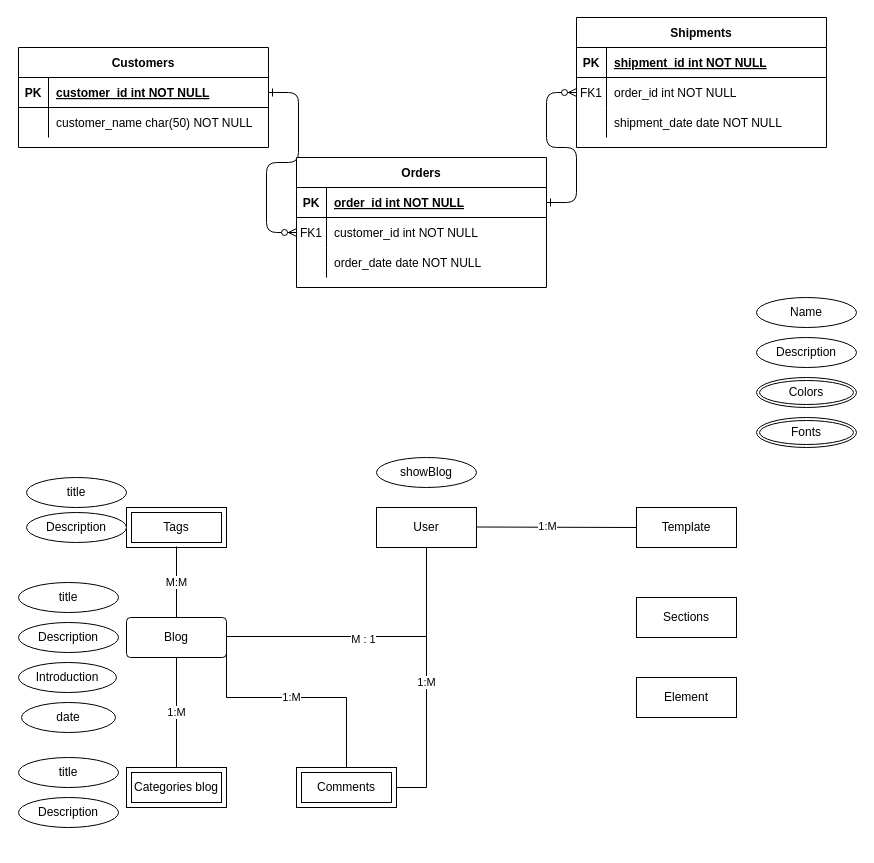
Above: ER_dynamization.drawio in richruizv/platzi_master_startup (draw.io), before the change. Source tidied: cells renumbered, new cells numbered last; positions are measured from the earlier drawing's top-left corner, leaving out a move shared by most shapes. Both pictures are drawn from the tidied source at 100%, with x=0, y=0 at pixel (18, 17).
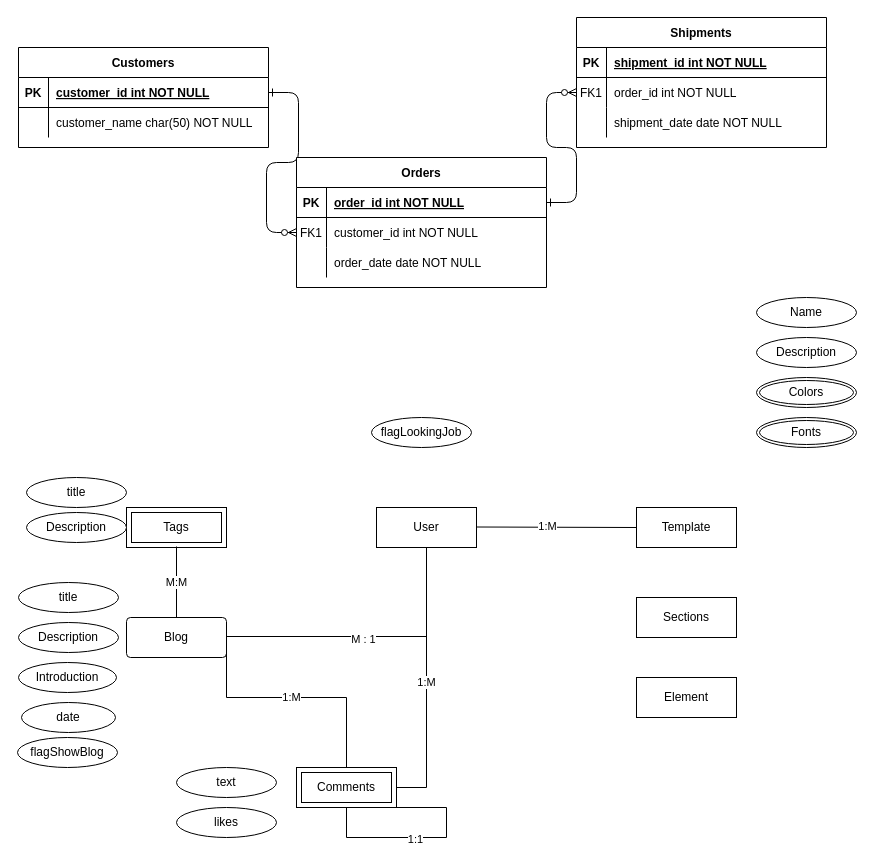
The same page after the edit.

Unchanged cells that the change refers to:
```xml
<mxCell id="31" value="Blog" style="rounded=1;arcSize=10;whiteSpace=wrap;html=1;align=center;" parent="1" vertex="1">
  <mxGeometry x="108" y="600" width="100" height="40" as="geometry" />
</mxCell>
<mxCell id="36" value="Comments" style="shape=ext;margin=3;double=1;whiteSpace=wrap;html=1;align=center;" parent="1" vertex="1">
  <mxGeometry x="278" y="750" width="100" height="40" as="geometry" />
</mxCell>
```

Diff of the diagram source:
```diff
@@
-    <mxCell id="40" value="Categories blog" style="shape=ext;margin=3;double=1;whiteSpace=wrap;html=1;align=center;" parent="1" vertex="1">
-      <mxGeometry x="108" y="750" width="100" height="40" as="geometry" />
-    </mxCell>
-    <mxCell id="41" value="1:M" style="endArrow=none;html=1;rounded=0;exitX=0.5;exitY=0;exitDx=0;exitDy=0;entryX=0.5;entryY=1;entryDx=0;entryDy=0;" parent="1" edge="1" source="40" target="31">
-      <mxGeometry relative="1" as="geometry" />
-    </mxCell>
@@
-    <mxCell id="49" value="showBlog" style="ellipse;whiteSpace=wrap;html=1;align=center;" parent="1" vertex="1">
-      <mxGeometry x="358" y="440" width="100" height="30" as="geometry" />
+    <mxCell id="49" value="flagShowBlog" style="ellipse;whiteSpace=wrap;html=1;align=center;" parent="1" vertex="1">
+      <mxGeometry x="-1" y="720" width="100" height="30" as="geometry" />
     </mxCell>
@@
-    <mxCell id="54" value="title" style="ellipse;whiteSpace=wrap;html=1;align=center;" parent="1" vertex="1">
-      <mxGeometry y="740" width="100" height="30" as="geometry" />
+    <mxCell id="54" value="text" style="ellipse;whiteSpace=wrap;html=1;align=center;" parent="1" vertex="1">
+      <mxGeometry x="158" y="750" width="100" height="30" as="geometry" />
     </mxCell>
-    <mxCell id="55" value="Description" style="ellipse;whiteSpace=wrap;html=1;align=center;" parent="1" vertex="1">
-      <mxGeometry y="780" width="100" height="30" as="geometry" />
-    </mxCell>
@@
+    <mxCell id="60" value="flagLookingJob" style="ellipse;whiteSpace=wrap;html=1;align=center;" parent="1" vertex="1">
+      <mxGeometry x="353" y="400" width="100" height="30" as="geometry" />
+    </mxCell>
+    <mxCell id="61" value="likes" style="ellipse;whiteSpace=wrap;html=1;align=center;" parent="1" vertex="1">
+      <mxGeometry x="158" y="790" width="100" height="30" as="geometry" />
+    </mxCell>
+    <mxCell id="62" style="endArrow=none;html=1;rounded=0;entryX=0.5;entryY=1;entryDx=0;entryDy=0;exitX=1;exitY=1;exitDx=0;exitDy=0;" parent="1" edge="1" source="36" target="36">
+      <mxGeometry relative="1" as="geometry">
+        <Array as="points">
+          <mxPoint x="428" y="790" />
+          <mxPoint x="428" y="820" />
+          <mxPoint x="328" y="820" />
+        </Array>
+      </mxGeometry>
+    </mxCell>
+    <mxCell id="63" value="1:1" style="edgeLabel;html=1;align=center;verticalAlign=middle;" parent="62" vertex="1">
+      <mxGeometry x="0.07" y="1" relative="1" as="geometry" />
+    </mxCell>
```
